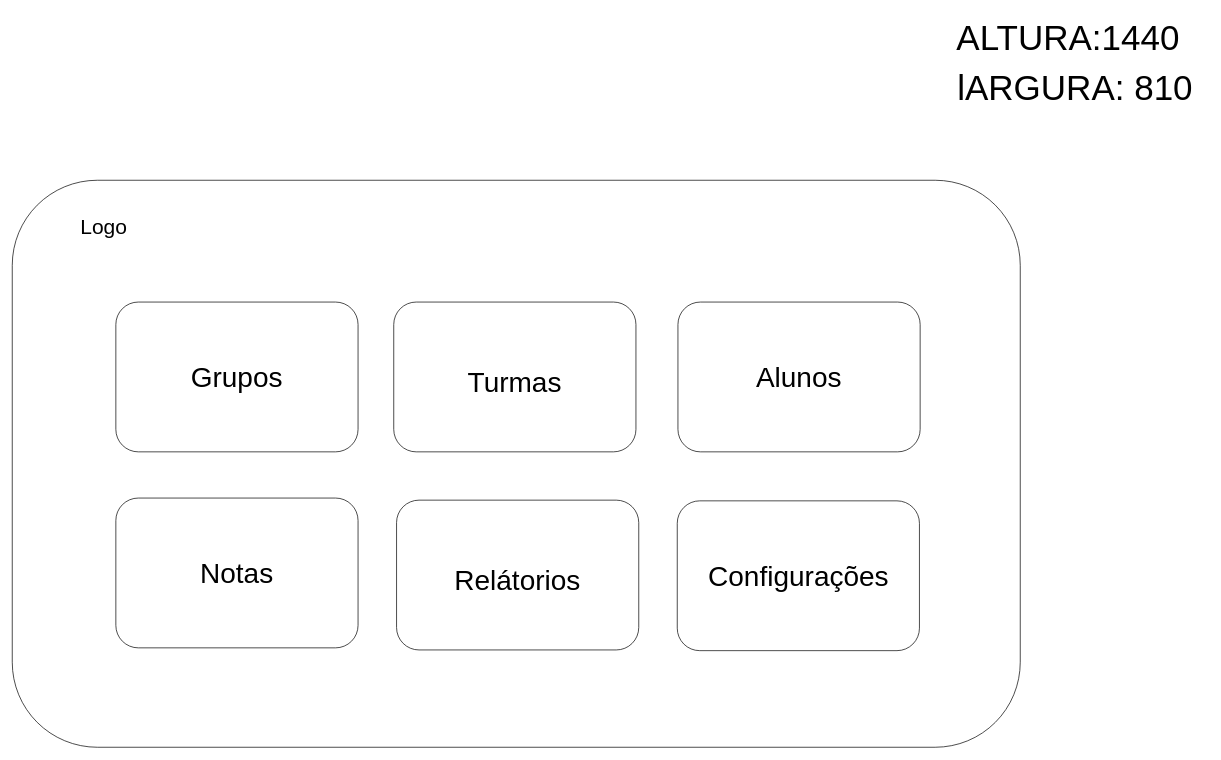
This is page "Main" (3 of 4) of TeamBee_API.drawio from MateusMSoares/RepositorioTeste, a draw.io file, before an edit. Source tidied: cells renumbered, new cells numbered last; positions are measured from the earlier drawing's top-left corner, leaving out a move shared by most shapes. Both pictures are drawn from the tidied source at 70%, with x=0, y=0 at pixel (12, 12).
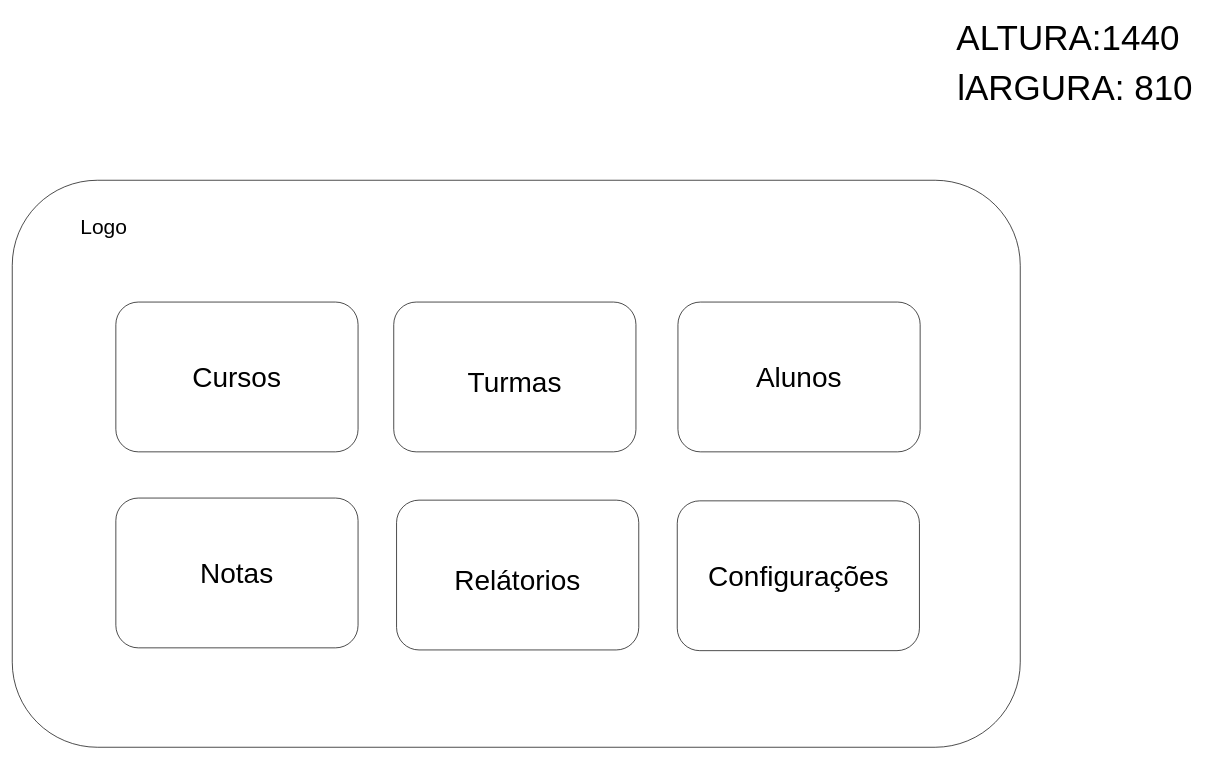
After the change.

Commit message:
Ajuste tela principal

Change to the diagram source:
```diff
@@
 <mxGraphModel>
   <root>
     <mxCell id="0" />
     <mxCell id="1" parent="0" />
     <mxCell id="2" style="rounded=1;whiteSpace=wrap;html=1;" parent="1" vertex="1">
       <mxGeometry y="240" width="1440" height="810" as="geometry" />
     </mxCell>
     <mxCell id="3" value="&lt;font style=&quot;font-size: 50px;&quot;&gt;ALTURA:1440&amp;nbsp;&lt;/font&gt;" style="text;html=1;align=center;verticalAlign=middle;strokeColor=none;fillColor=none;fontSize=12;fontFamily=Helvetica;fontColor=default;" parent="1" vertex="1">
       <mxGeometry x="1339" width="351" height="72" as="geometry" />
     </mxCell>
     <mxCell id="4" value="&lt;font style=&quot;font-size: 50px;&quot;&gt;lARGURA: 810&amp;nbsp;&lt;/font&gt;" style="text;html=1;align=center;verticalAlign=middle;strokeColor=none;fillColor=none;fontSize=12;fontFamily=Helvetica;fontColor=default;" parent="1" vertex="1">
       <mxGeometry x="1341" y="72" width="368" height="72" as="geometry" />
     </mxCell>
-    <mxCell id="5" value="&lt;font style=&quot;font-size: 40px;&quot;&gt;Grupos&lt;/font&gt;" style="rounded=1;whiteSpace=wrap;html=1;fontFamily=Helvetica;fontSize=12;fontColor=default;fillColor=none;gradientColor=none;" parent="1" vertex="1">
+    <mxCell id="5" value="&lt;font style=&quot;font-size: 40px;&quot;&gt;Cursos&lt;/font&gt;" style="rounded=1;whiteSpace=wrap;html=1;fontFamily=Helvetica;fontSize=12;fontColor=default;fillColor=none;gradientColor=none;" parent="1" vertex="1">
       <mxGeometry x="148" y="414" width="346" height="214" as="geometry" />
     </mxCell>
     <mxCell id="6" value="&lt;font style=&quot;font-size: 40px;&quot; color=&quot;#ffffff&quot;&gt;Adicionar curso&lt;/font&gt;" style="text;html=1;align=center;verticalAlign=middle;strokeColor=none;fillColor=none;" parent="1" vertex="1">
       <mxGeometry x="778" y="961.9" width="294" height="60" as="geometry" />
     </mxCell>
     <mxCell id="7" value="&lt;font style=&quot;font-size: 30px;&quot;&gt;Logo&lt;/font&gt;" style="text;html=1;strokeColor=none;fillColor=none;align=center;verticalAlign=middle;whiteSpace=wrap;rounded=0;fontSize=12;fontFamily=Helvetica;fontColor=default;" parent="1" vertex="1">
       <mxGeometry x="9" y="248" width="244.1" height="115.7" as="geometry" />
     </mxCell>
     <mxCell id="8" value="&lt;div style=&quot;font-size: 35px;&quot;&gt;&lt;br&gt;&lt;/div&gt;" style="text;html=1;align=left;verticalAlign=middle;strokeColor=none;fillColor=none;fontSize=5;spacingLeft=6;" parent="1" vertex="1">
       <mxGeometry x="989" y="527.9" width="22" height="54" as="geometry" />
     </mxCell>
     <mxCell id="9" value="&lt;br&gt;&lt;span style=&quot;font-size: 40px;&quot;&gt;Turmas&lt;/span&gt;" style="rounded=1;whiteSpace=wrap;html=1;fontFamily=Helvetica;fontSize=12;fontColor=default;fillColor=none;gradientColor=none;" parent="1" vertex="1">
       <mxGeometry x="545" y="414" width="346" height="214" as="geometry" />
     </mxCell>
     <mxCell id="10" value="&lt;font style=&quot;font-size: 40px;&quot;&gt;Alunos&lt;/font&gt;" style="rounded=1;whiteSpace=wrap;html=1;fontFamily=Helvetica;fontSize=12;fontColor=default;fillColor=none;gradientColor=none;" parent="1" vertex="1">
       <mxGeometry x="951" y="414" width="346" height="214" as="geometry" />
     </mxCell>
     <mxCell id="11" value="&lt;font style=&quot;font-size: 40px;&quot;&gt;Notas&lt;/font&gt;" style="rounded=1;whiteSpace=wrap;html=1;fontFamily=Helvetica;fontSize=12;fontColor=default;fillColor=none;gradientColor=none;" parent="1" vertex="1">
       <mxGeometry x="148" y="694" width="346" height="214" as="geometry" />
     </mxCell>
     <mxCell id="12" value="&lt;br&gt;&lt;span style=&quot;font-size: 40px;&quot;&gt;Relátorios&lt;/span&gt;" style="rounded=1;whiteSpace=wrap;html=1;fontFamily=Helvetica;fontSize=12;fontColor=default;fillColor=none;gradientColor=none;" parent="1" vertex="1">
       <mxGeometry x="549" y="697" width="346" height="214" as="geometry" />
     </mxCell>
     <mxCell id="13" style="group;" parent="1" vertex="1">
       <mxGeometry x="950" y="698" width="346" height="214" as="geometry" />
     </mxCell>
     <mxCell id="14" style="rounded=1;whiteSpace=wrap;html=1;fontFamily=Helvetica;fontSize=12;fontColor=default;fillColor=none;gradientColor=none;" parent="13" vertex="1">
       <mxGeometry width="346" height="214" as="geometry" />
     </mxCell>
     <mxCell id="15" value="&lt;font style=&quot;font-size: 40px;&quot;&gt;Configurações&lt;/font&gt;" style="text;html=1;align=center;verticalAlign=middle;strokeColor=none;fillColor=none;" parent="13" vertex="1">
       <mxGeometry x="35" y="77" width="276" height="60" as="geometry" />
     </mxCell>
   </root>
 </mxGraphModel>
```
